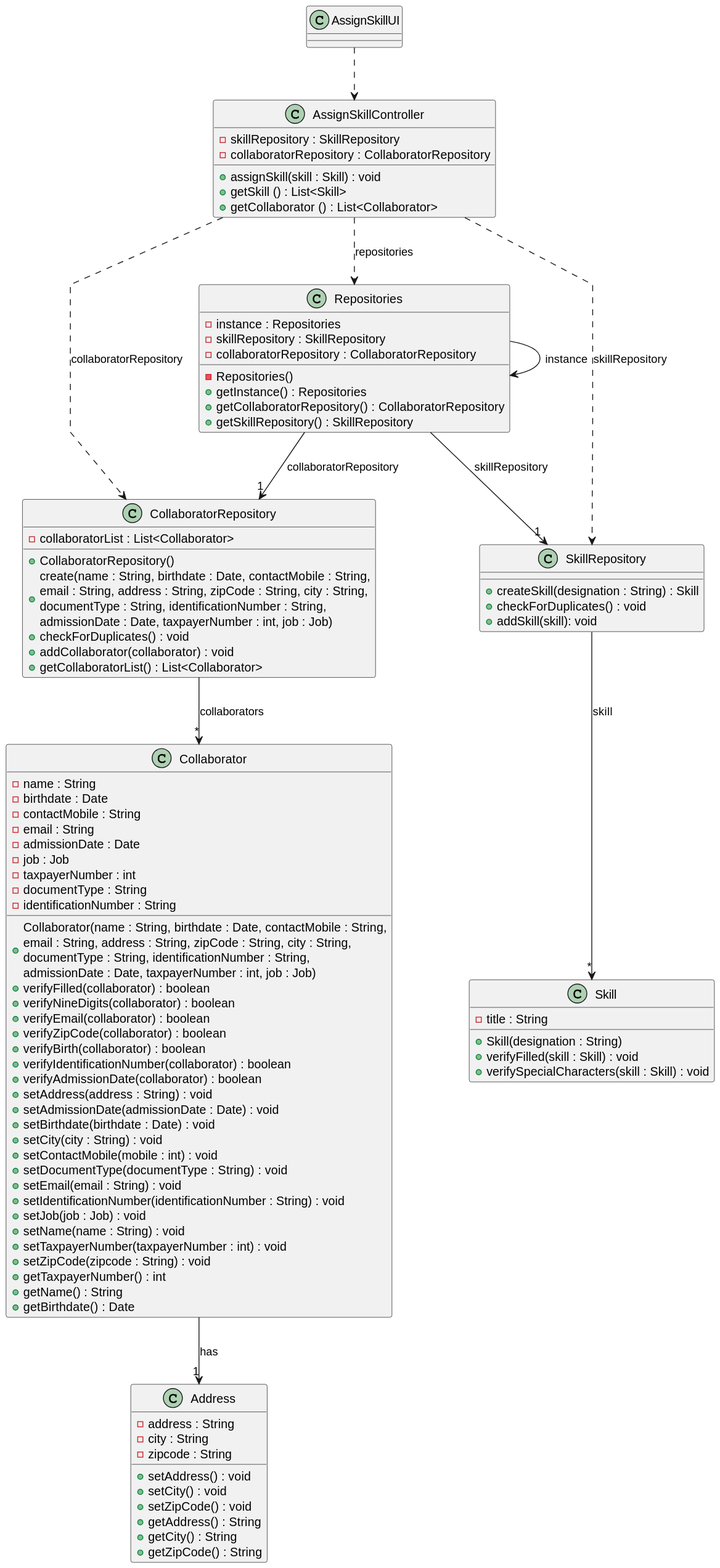
ricardomm7/leaflink keeps this PlantUML diagram as docs/sprintB/us004/03.design/svg/us004-class-diagram.svg. Above is the earlier version.
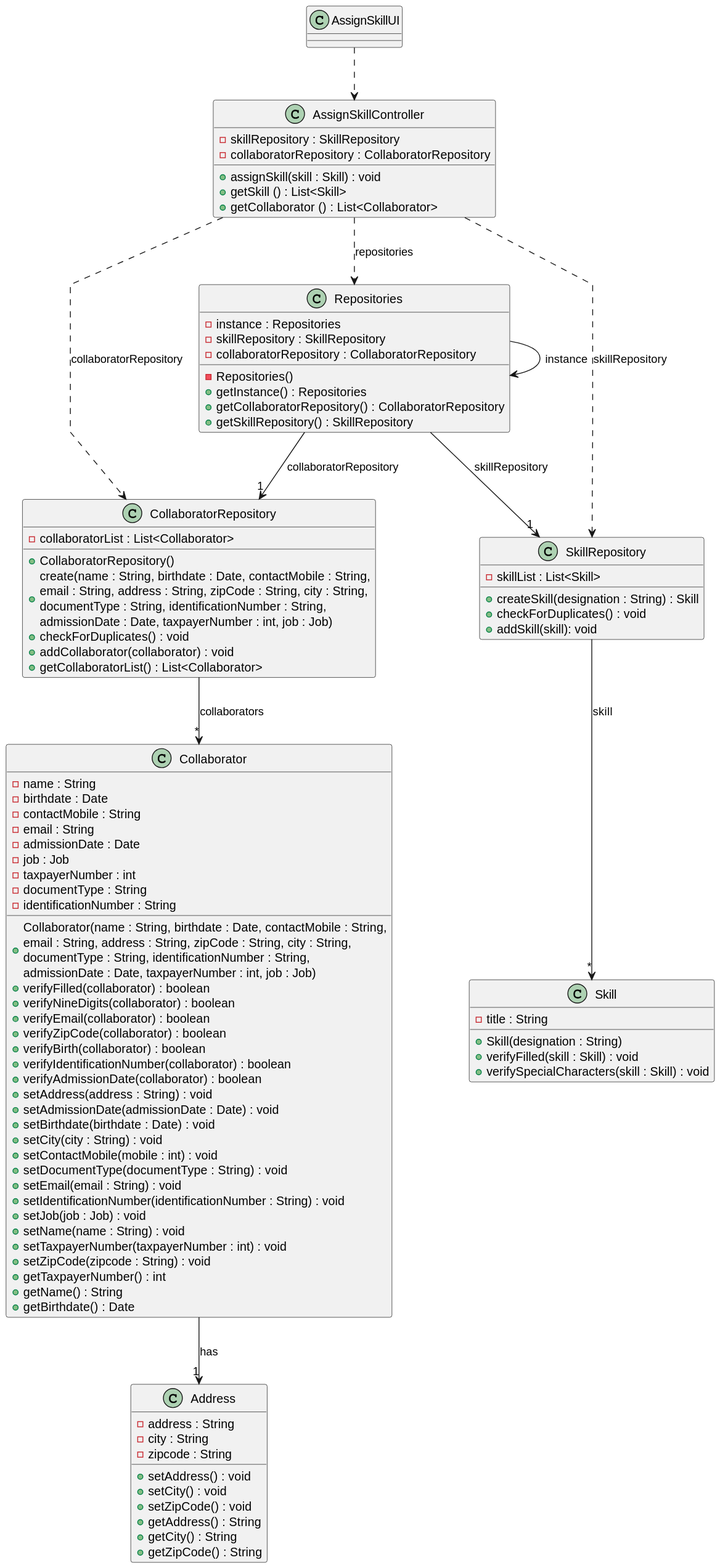
After the change.

Commit message:
Submission sprint 2 version.

What changed in the source:
```diff
@@ -34,9 +34,10 @@
 }
 
 class SkillRepository {
-    + createSkill(designation : String) : Skill
-    + checkForDuplicates() : void
-    + addSkill(skill): void
+     - skillList : List<Skill>
+     + createSkill(designation : String) : Skill
+     + checkForDuplicates() : void
+     + addSkill(skill): void
 }
 
 class Collaborator {
```
